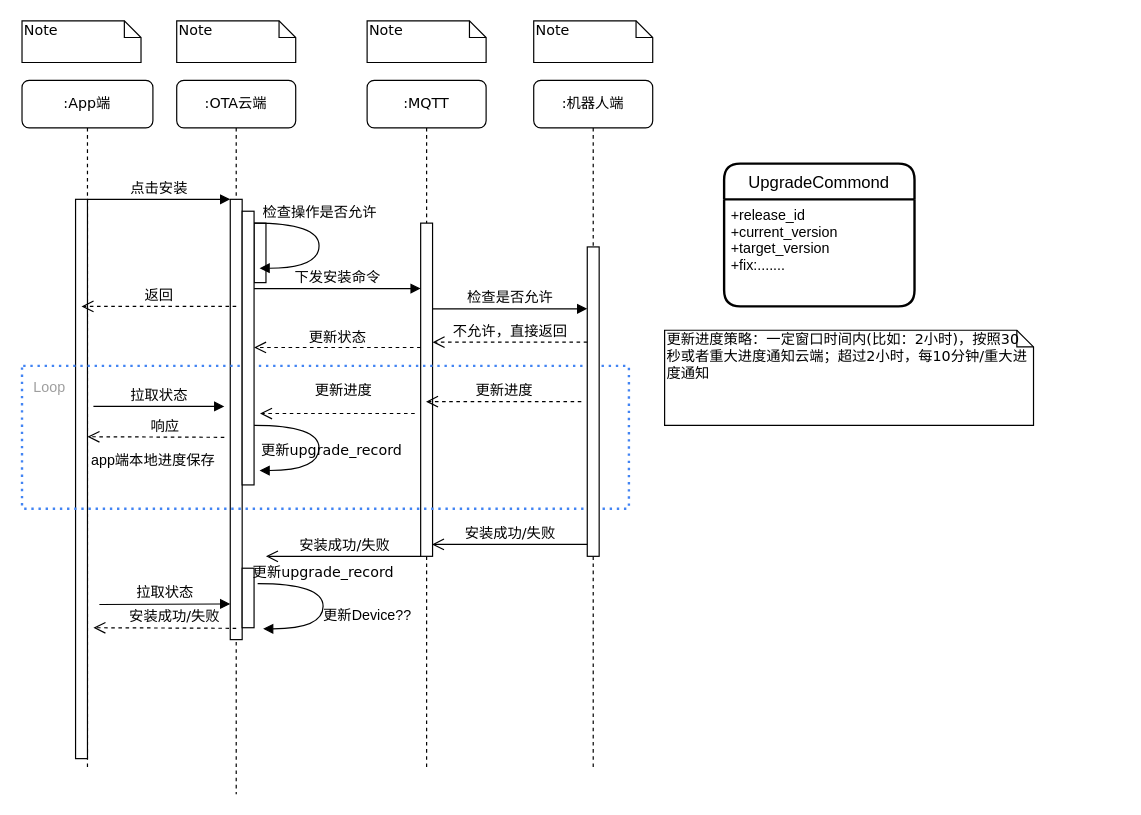
Earlier version of the draw.io diagram craft/upgrade_flow.drawio (feihu618/drawio). Source tidied: cells renumbered, new cells numbered last; positions are measured from the earlier drawing's top-left corner, leaving out a move shared by most shapes. Both pictures are drawn from the tidied source at 119%, with x=0, y=0 at pixel (21, 20).
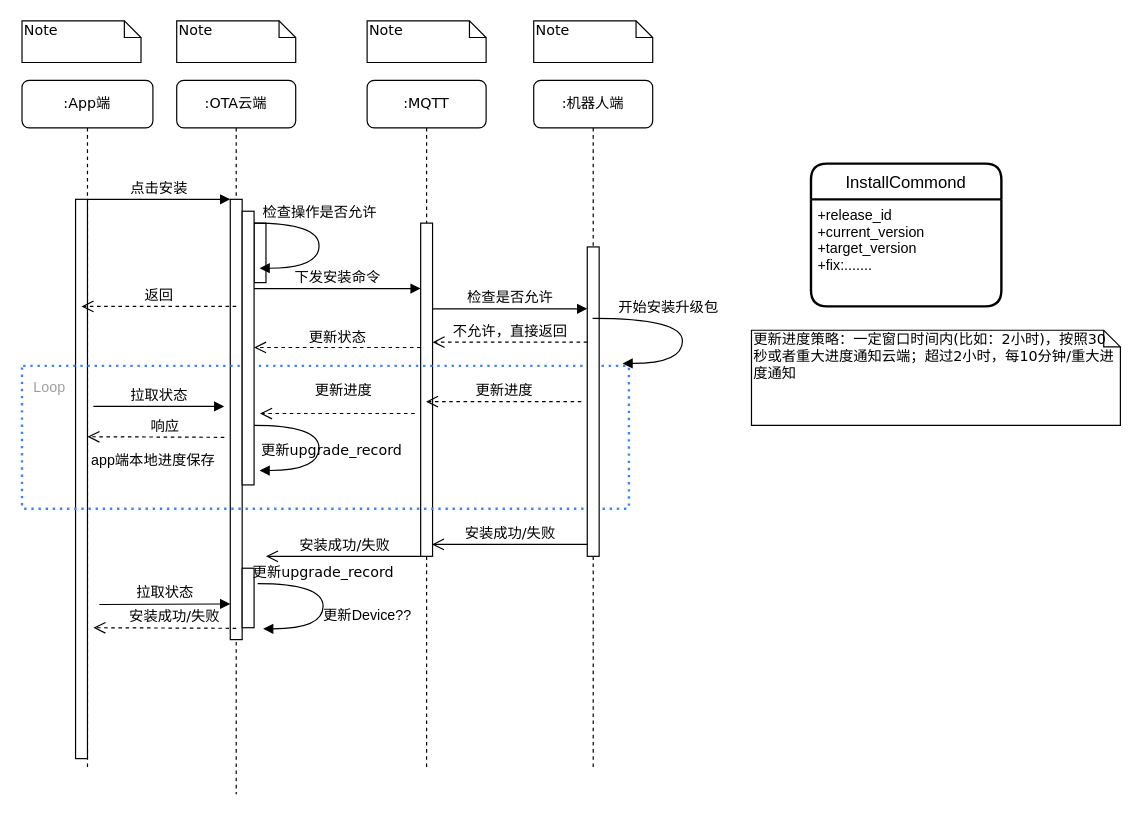
The same page after the edit.

The change refers to these unchanged cells:
```xml
<mxCell id="11" value=":机器人端" style="shape=umlLifeline;perimeter=lifelinePerimeter;whiteSpace=wrap;html=1;outlineConnect=0;rounded=1;shadow=0;comic=0;labelBackgroundColor=none;strokeWidth=1;fontFamily=Verdana;fontSize=12;align=center;" parent="1" vertex="1">
  <mxGeometry x="430" y="50" width="100" height="580" as="geometry" />
</mxCell>
```

The edit, as a diff of the source:
```diff
@@
     <mxCell id="30" value="更新进度策略：一定窗口时间内(比如：2小时)，按照30秒或者重大进度通知云端；超过2小时，每10分钟/重大进度通知" style="shape=note;whiteSpace=wrap;html=1;size=14;verticalAlign=top;align=left;spacingTop=-6;rounded=0;shadow=0;comic=0;labelBackgroundColor=none;strokeWidth=1;fontFamily=Verdana;fontSize=12;" parent="1" vertex="1">
-      <mxGeometry x="540" y="260" width="310" height="80" as="geometry" />
+      <mxGeometry x="613" y="260" width="310" height="80" as="geometry" />
     </mxCell>
@@
-    <mxCell id="36" value="UpgradeCommond" style="swimlane;horizontal=1;startSize=30;rounded=1;fontSize=14;fontStyle=0;strokeWidth=2;shadow=0;dashed=0;align=center;" parent="1" vertex="1">
-      <mxGeometry x="590" y="120" width="160" height="120" as="geometry" />
+    <mxCell id="36" value="InstallCommond" style="swimlane;horizontal=1;startSize=30;rounded=1;fontSize=14;fontStyle=0;strokeWidth=2;shadow=0;dashed=0;align=center;" parent="1" vertex="1">
+      <mxGeometry x="663" y="120" width="160" height="120" as="geometry" />
     </mxCell>
@@
+    <mxCell id="41" value="开始安装升级包" style="html=1;verticalAlign=bottom;endArrow=block;labelBackgroundColor=none;fontFamily=Verdana;fontSize=12;elbow=vertical;edgeStyle=orthogonalEdgeStyle;curved=1;entryX=1;entryY=0.286;entryPerimeter=0;" parent="1" edge="1" source="11">
+      <mxGeometry x="-0.23" relative="1" as="geometry">
+        <mxPoint x="504.6" y="287.9" as="targetPoint" />
+        <Array as="points">
+          <mxPoint x="555" y="250" />
+          <mxPoint x="555" y="288" />
+        </Array>
+      </mxGeometry>
+    </mxCell>
```
